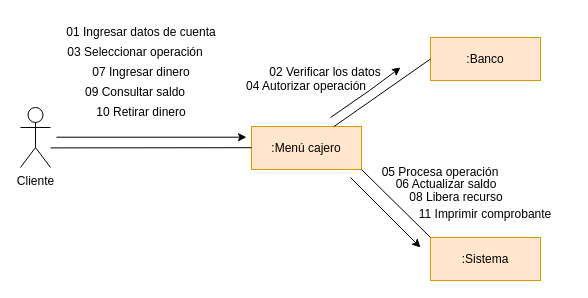
The draw.io diagram Diagrama de colaboración.drawio in andreamorenom/Laboratorio-Empresarial, before the edit. Source tidied: cells renumbered, new cells numbered last; positions are measured from the earlier drawing's top-left corner, leaving out a move shared by most shapes. Both pictures are drawn from the tidied source at 100%, with x=0, y=0 at pixel (20, 17).
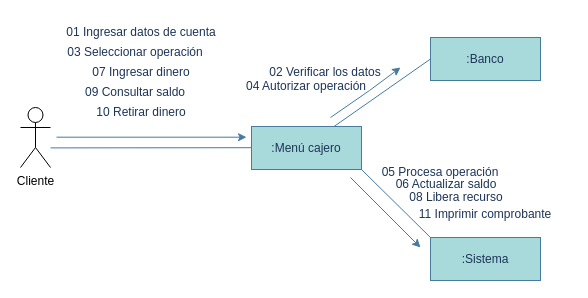
The same page after the edit.

The edit, as a diff of the source:
```diff
@@
-    <mxCell id="2" value="Cliente" style="shape=umlActor;verticalLabelPosition=bottom;verticalAlign=top;html=1;" parent="1" vertex="1">
+    <mxCell id="2" value="Cliente" style="shape=umlActor;verticalLabelPosition=bottom;verticalAlign=top;html=1;labelBackgroundColor=none;" parent="1" vertex="1">
       <mxGeometry y="90" width="30" height="60" as="geometry" />
     </mxCell>
-    <mxCell id="3" value=":Menú cajero" style="rounded=0;whiteSpace=wrap;html=1;fillColor=#ffe6cc;strokeColor=#d79b00;" parent="1" vertex="1">
+    <mxCell id="3" value=":Menú cajero" style="rounded=0;whiteSpace=wrap;html=1;fillColor=#A8DADC;strokeColor=#457B9D;labelBackgroundColor=none;fontColor=#1D3557;" parent="1" vertex="1">
       <mxGeometry x="231" y="109" width="110" height="43" as="geometry" />
     </mxCell>
-    <mxCell id="4" value="01 Ingresar datos de cuenta" style="text;html=1;align=center;verticalAlign=middle;whiteSpace=wrap;rounded=0;" parent="1" vertex="1">
+    <mxCell id="4" value="01 Ingresar datos de cuenta" style="text;html=1;align=center;verticalAlign=middle;whiteSpace=wrap;rounded=0;labelBackgroundColor=none;fontColor=#1D3557;" parent="1" vertex="1">
       <mxGeometry x="36" width="170" height="30" as="geometry" />
     </mxCell>
-    <mxCell id="5" value="03 Seleccionar operación" style="text;html=1;align=center;verticalAlign=middle;whiteSpace=wrap;rounded=0;" parent="1" vertex="1">
+    <mxCell id="5" value="03 Seleccionar operación" style="text;html=1;align=center;verticalAlign=middle;whiteSpace=wrap;rounded=0;labelBackgroundColor=none;fontColor=#1D3557;" parent="1" vertex="1">
       <mxGeometry x="30" y="20" width="170" height="30" as="geometry" />
     </mxCell>
-    <mxCell id="6" value="07 Ingresar dinero" style="text;html=1;align=center;verticalAlign=middle;whiteSpace=wrap;rounded=0;" parent="1" vertex="1">
+    <mxCell id="6" value="07 Ingresar dinero" style="text;html=1;align=center;verticalAlign=middle;whiteSpace=wrap;rounded=0;labelBackgroundColor=none;fontColor=#1D3557;" parent="1" vertex="1">
       <mxGeometry x="36" y="40" width="170" height="30" as="geometry" />
     </mxCell>
-    <mxCell id="7" value="09 Consultar saldo" style="text;html=1;align=center;verticalAlign=middle;whiteSpace=wrap;rounded=0;" parent="1" vertex="1">
+    <mxCell id="7" value="09 Consultar saldo" style="text;html=1;align=center;verticalAlign=middle;whiteSpace=wrap;rounded=0;labelBackgroundColor=none;fontColor=#1D3557;" parent="1" vertex="1">
       <mxGeometry x="30" y="60" width="170" height="30" as="geometry" />
     </mxCell>
-    <mxCell id="8" value="10 Retirar dinero" style="text;html=1;align=center;verticalAlign=middle;whiteSpace=wrap;rounded=0;" parent="1" vertex="1">
+    <mxCell id="8" value="10 Retirar dinero" style="text;html=1;align=center;verticalAlign=middle;whiteSpace=wrap;rounded=0;labelBackgroundColor=none;fontColor=#1D3557;" parent="1" vertex="1">
       <mxGeometry x="36" y="80" width="170" height="30" as="geometry" />
     </mxCell>
-    <mxCell id="9" value=":Banco" style="rounded=0;whiteSpace=wrap;html=1;fillColor=#ffe6cc;strokeColor=#d79b00;" parent="1" vertex="1">
+    <mxCell id="9" value=":Banco" style="rounded=0;whiteSpace=wrap;html=1;fillColor=#A8DADC;strokeColor=#457B9D;labelBackgroundColor=none;fontColor=#1D3557;" parent="1" vertex="1">
       <mxGeometry x="410" y="20" width="110" height="43" as="geometry" />
     </mxCell>
-    <mxCell id="10" style="endArrow=none;html=1;rounded=0;exitX=0.75;exitY=0;exitDx=0;exitDy=0;entryX=0;entryY=0.5;entryDx=0;entryDy=0;" parent="1" edge="1" source="3" target="9">
+    <mxCell id="10" style="endArrow=none;html=1;rounded=0;exitX=0.75;exitY=0;exitDx=0;exitDy=0;entryX=0;entryY=0.5;entryDx=0;entryDy=0;labelBackgroundColor=none;strokeColor=#457B9D;fontColor=default;" parent="1" edge="1" source="3" target="9">
       <mxGeometry relative="1" as="geometry" />
     </mxCell>
-    <mxCell id="11" style="endArrow=classic;html=1;rounded=0;" parent="1" edge="1">
+    <mxCell id="11" style="endArrow=classic;html=1;rounded=0;labelBackgroundColor=none;strokeColor=#457B9D;fontColor=default;" parent="1" edge="1">
       <mxGeometry relative="1" as="geometry">
         <mxPoint x="310" y="100" as="sourcePoint" />
         <mxPoint x="380" y="50" as="targetPoint" />
         <Array as="points">
           <mxPoint x="349" y="73" />
         </Array>
       </mxGeometry>
     </mxCell>
-    <mxCell id="12" value="02 Verificar los datos" style="text;html=1;align=center;verticalAlign=middle;whiteSpace=wrap;rounded=0;" parent="1" vertex="1">
+    <mxCell id="12" value="02 Verificar los datos" style="text;html=1;align=center;verticalAlign=middle;whiteSpace=wrap;rounded=0;labelBackgroundColor=none;fontColor=#1D3557;" parent="1" vertex="1">
       <mxGeometry x="220" y="40" width="170" height="30" as="geometry" />
     </mxCell>
-    <mxCell id="13" value="04 Autorizar operación" style="text;html=1;align=center;verticalAlign=middle;whiteSpace=wrap;rounded=0;" parent="1" vertex="1">
+    <mxCell id="13" value="04 Autorizar operación" style="text;html=1;align=center;verticalAlign=middle;whiteSpace=wrap;rounded=0;labelBackgroundColor=none;fontColor=#1D3557;" parent="1" vertex="1">
       <mxGeometry x="201" y="53.5" width="170" height="30" as="geometry" />
     </mxCell>
-    <mxCell id="14" value="06 Actualizar saldo" style="text;html=1;align=center;verticalAlign=middle;whiteSpace=wrap;rounded=0;" parent="1" vertex="1">
+    <mxCell id="14" value="06 Actualizar saldo" style="text;html=1;align=center;verticalAlign=middle;whiteSpace=wrap;rounded=0;labelBackgroundColor=none;fontColor=#1D3557;" parent="1" vertex="1">
       <mxGeometry x="341" y="152" width="170" height="30" as="geometry" />
     </mxCell>
-    <mxCell id="15" value=":Sistema" style="rounded=0;whiteSpace=wrap;html=1;fillColor=#ffe6cc;strokeColor=#d79b00;" parent="1" vertex="1">
+    <mxCell id="15" value=":Sistema" style="rounded=0;whiteSpace=wrap;html=1;fillColor=#A8DADC;strokeColor=#457B9D;labelBackgroundColor=none;fontColor=#1D3557;" parent="1" vertex="1">
       <mxGeometry x="410" y="220" width="110" height="43" as="geometry" />
     </mxCell>
-    <mxCell id="16" style="endArrow=none;html=1;rounded=0;entryX=0;entryY=0.25;entryDx=0;entryDy=0;" parent="1" edge="1">
+    <mxCell id="16" style="endArrow=none;html=1;rounded=0;entryX=0;entryY=0.25;entryDx=0;entryDy=0;labelBackgroundColor=none;strokeColor=#457B9D;fontColor=default;" parent="1" edge="1">
       <mxGeometry relative="1" as="geometry">
         <mxPoint x="30" y="130.4" as="sourcePoint" />
         <mxPoint x="231" y="130.2" as="targetPoint" />
       </mxGeometry>
     </mxCell>
-    <mxCell id="17" style="endArrow=classic;html=1;rounded=0;" parent="1" edge="1">
+    <mxCell id="17" style="endArrow=classic;html=1;rounded=0;labelBackgroundColor=none;strokeColor=#457B9D;fontColor=default;" parent="1" edge="1">
       <mxGeometry relative="1" as="geometry">
         <mxPoint x="36" y="119.7" as="sourcePoint" />
         <mxPoint x="226" y="119.7" as="targetPoint" />
       </mxGeometry>
     </mxCell>
-    <mxCell id="18" style="endArrow=none;html=1;rounded=0;entryX=0;entryY=0;entryDx=0;entryDy=0;exitX=1;exitY=1;exitDx=0;exitDy=0;" parent="1" edge="1" source="3" target="15">
+    <mxCell id="18" style="endArrow=none;html=1;rounded=0;entryX=0;entryY=0;entryDx=0;entryDy=0;exitX=1;exitY=1;exitDx=0;exitDy=0;labelBackgroundColor=none;strokeColor=#457B9D;fontColor=default;" parent="1" edge="1" source="3" target="15">
       <mxGeometry relative="1" as="geometry" />
     </mxCell>
-    <mxCell id="19" style="endArrow=classic;html=1;rounded=0;" parent="1" edge="1">
+    <mxCell id="19" style="endArrow=classic;html=1;rounded=0;labelBackgroundColor=none;strokeColor=#457B9D;fontColor=default;" parent="1" edge="1">
       <mxGeometry relative="1" as="geometry">
         <mxPoint x="330" y="160" as="sourcePoint" />
         <mxPoint x="400" y="230" as="targetPoint" />
       </mxGeometry>
     </mxCell>
-    <mxCell id="20" value="05 Procesa operación" style="text;html=1;align=center;verticalAlign=middle;whiteSpace=wrap;rounded=0;" parent="1" vertex="1">
+    <mxCell id="20" value="05 Procesa operación" style="text;html=1;align=center;verticalAlign=middle;whiteSpace=wrap;rounded=0;labelBackgroundColor=none;fontColor=#1D3557;" parent="1" vertex="1">
       <mxGeometry x="350" y="140" width="140" height="30" as="geometry" />
     </mxCell>
-    <mxCell id="21" value="08 Libera recurso" style="text;html=1;align=center;verticalAlign=middle;whiteSpace=wrap;rounded=0;" parent="1" vertex="1">
+    <mxCell id="21" value="08 Libera recurso" style="text;html=1;align=center;verticalAlign=middle;whiteSpace=wrap;rounded=0;labelBackgroundColor=none;fontColor=#1D3557;" parent="1" vertex="1">
       <mxGeometry x="351" y="165" width="170" height="30" as="geometry" />
     </mxCell>
-    <mxCell id="22" value="11 Imprimir comprobante" style="text;html=1;align=center;verticalAlign=middle;whiteSpace=wrap;rounded=0;" parent="1" vertex="1">
+    <mxCell id="22" value="11 Imprimir comprobante" style="text;html=1;align=center;verticalAlign=middle;whiteSpace=wrap;rounded=0;labelBackgroundColor=none;fontColor=#1D3557;" parent="1" vertex="1">
       <mxGeometry x="380" y="182" width="170" height="30" as="geometry" />
     </mxCell>
```
